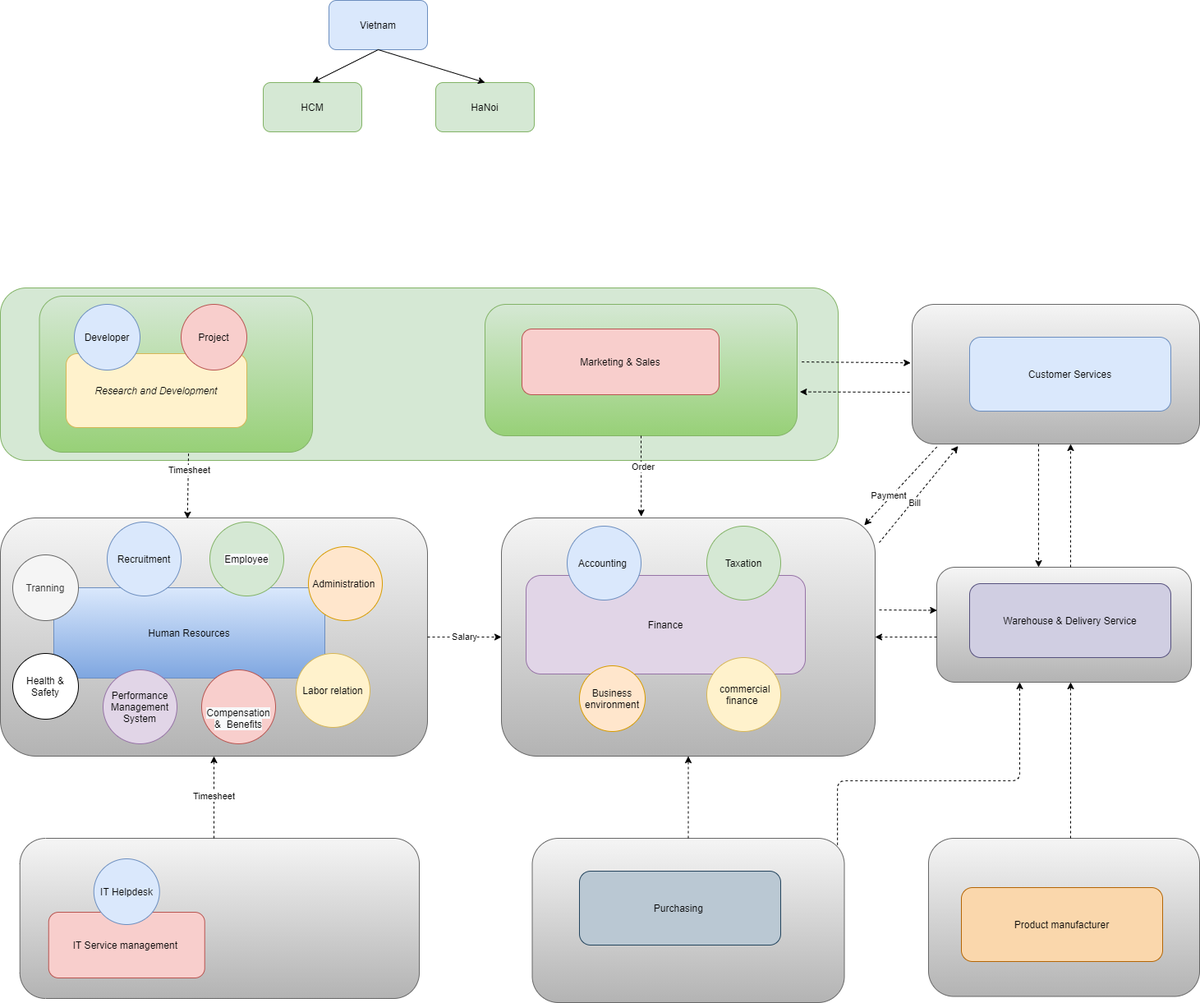
Before: 03_staff/Department_Organizational_chart-Org_Chart.png, a diagram exported from draw.io (letrthong/business). Source tidied: cells renumbered, new cells last; positions are measured from the earlier drawing's top-left corner, leaving out a move shared by most shapes.
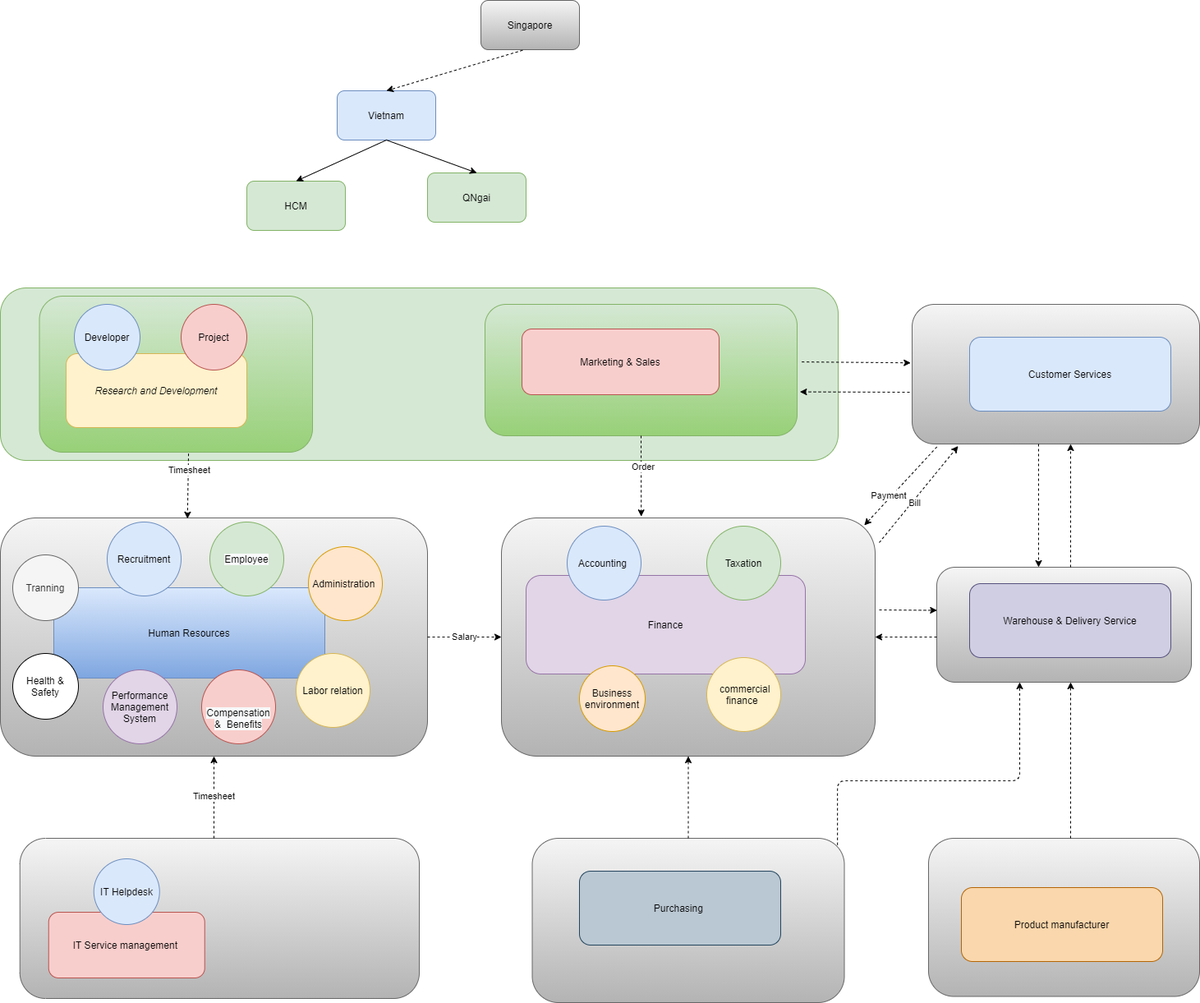
The same file after the commit.

The edit, as a diff of the source:
```diff
@@ -33,13 +33,13 @@
       <mxGeometry y="630" width="520" height="290" as="geometry" />
     </mxCell>
     <mxCell id="12" value="Vietnam" style="rounded=1;whiteSpace=wrap;html=1;fillColor=#dae8fc;strokeColor=#6c8ebf;" parent="1" vertex="1">
-      <mxGeometry x="400" width="120" height="60" as="geometry" />
+      <mxGeometry x="410" y="110" width="120" height="60" as="geometry" />
     </mxCell>
-    <mxCell id="13" value="HaNoi" style="rounded=1;whiteSpace=wrap;html=1;fillColor=#d5e8d4;strokeColor=#82b366;" parent="1" vertex="1">
-      <mxGeometry x="530" y="100" width="120" height="60" as="geometry" />
+    <mxCell id="13" value="QNgai" style="rounded=1;whiteSpace=wrap;html=1;fillColor=#d5e8d4;strokeColor=#82b366;" parent="1" vertex="1">
+      <mxGeometry x="520" y="210" width="120" height="60" as="geometry" />
     </mxCell>
     <mxCell id="14" value="HCM" style="rounded=1;whiteSpace=wrap;html=1;fillColor=#d5e8d4;strokeColor=#82b366;" parent="1" vertex="1">
-      <mxGeometry x="320" y="100" width="120" height="60" as="geometry" />
+      <mxGeometry x="300" y="220" width="120" height="60" as="geometry" />
     </mxCell>
     <mxCell id="15" value="Finance" style="rounded=1;whiteSpace=wrap;html=1;fillColor=#e1d5e7;strokeColor=#9673a6;" parent="1" vertex="1">
       <mxGeometry x="640" y="700" width="340" height="120" as="geometry" />
@@ -201,5 +201,11 @@
     <mxCell id="59" value="&lt;span&gt;Project&lt;/span&gt;" style="ellipse;whiteSpace=wrap;html=1;fillColor=#f8cecc;strokeColor=#b85450;" parent="1" vertex="1">
       <mxGeometry x="220" y="370" width="80" height="80" as="geometry" />
     </mxCell>
+    <mxCell id="60" value="Singapore " style="rounded=1;whiteSpace=wrap;html=1;fillColor=#f5f5f5;strokeColor=#666666;gradientColor=#b3b3b3;" parent="1" vertex="1">
+      <mxGeometry x="585" width="120" height="60" as="geometry" />
+    </mxCell>
+    <mxCell id="61" style="endArrow=classic;html=1;dashed=1;exitX=0.423;exitY=1.012;exitDx=0;exitDy=0;exitPerimeter=0;entryX=0.5;entryY=0;entryDx=0;entryDy=0;" parent="1" edge="1" source="60" target="12">
+      <mxGeometry relative="1" as="geometry" />
+    </mxCell>
   </root>
 </mxGraphModel>
```
